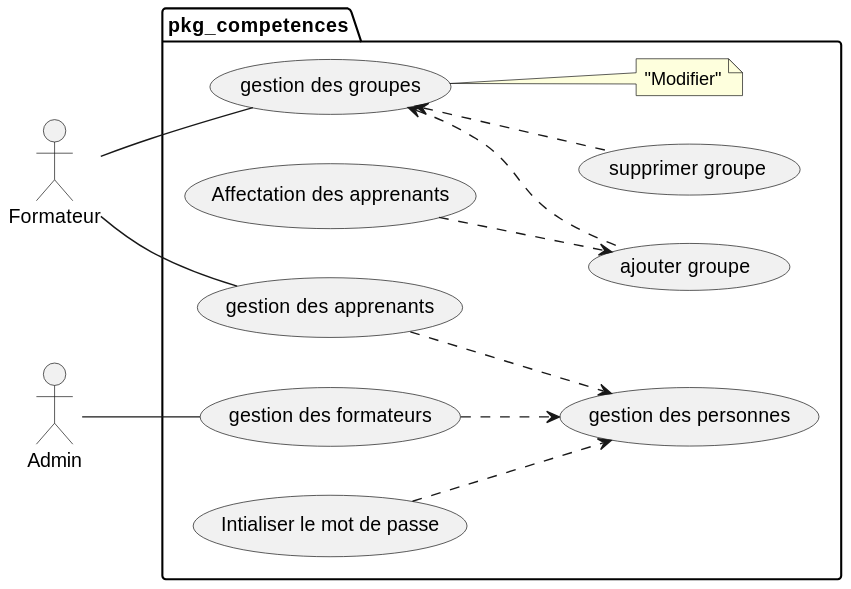
Above: docs/diagrammes/pkg_rh/uses_cases_pkg_rh.svg in zaani12/prototype (PlantUML), before the change. The source it was exported from:
```plantuml
@startuml

left to right direction

actor Formateur as formateur
actor Admin as admin

package pkg_competences {

  (gestion des formateurs)  ..> (gestion des personnes)
  (gestion des apprenants)  ..> (gestion des personnes)
  formateur --  (gestion des apprenants)
  admin --  (gestion des formateurs)

  formateur --  (gestion des groupes)
  (gestion des groupes)  <.. (ajouter groupe)
  (Affectation des apprenants) ..> (ajouter groupe)
  (gestion des groupes)  <.. (supprimer groupe)

  (Intialiser le mot de passe) ..> (gestion des personnes)

  note right of "gestion des groupes" : "Modifier"
}
@enduml
```
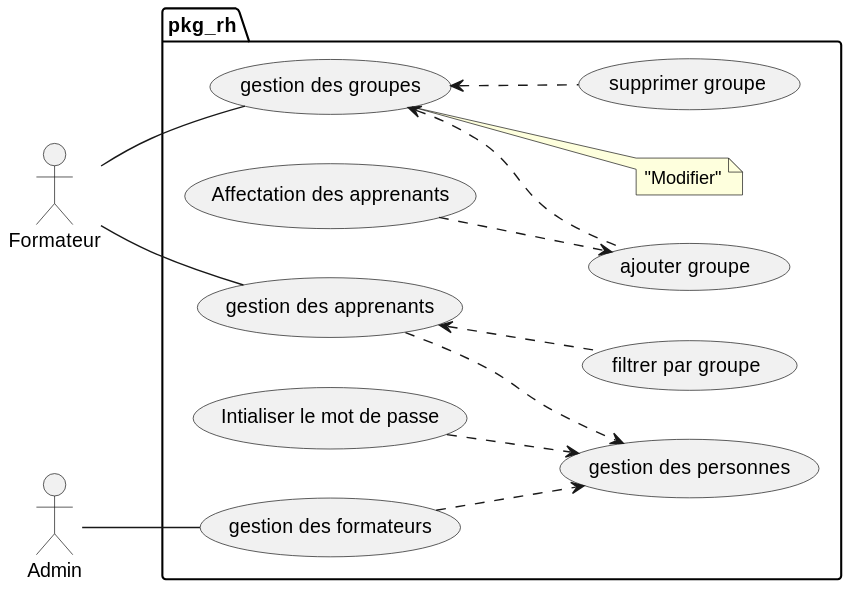
Above is the later version.

The edit, as a diff of the source:
```diff
@@ -5,10 +5,11 @@
 actor Formateur as formateur
 actor Admin as admin
 
-package pkg_competences {
+package pkg_rh {
 
   (gestion des formateurs)  ..> (gestion des personnes)
   (gestion des apprenants)  ..> (gestion des personnes)
+  (gestion des apprenants) <.. (filtrer par groupe)
   formateur --  (gestion des apprenants)
   admin --  (gestion des formateurs)
 
```
